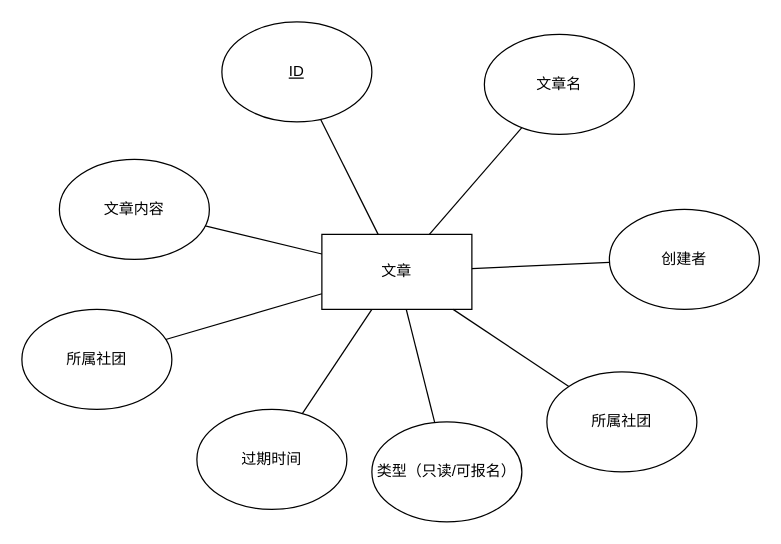
Above: Article.drawio in kaolalala/Hello-World (draw.io), before the change. Source tidied: cells renumbered, new cells numbered last; positions are measured from the earlier drawing's top-left corner, leaving out a move shared by most shapes. Both pictures are drawn from the tidied source at 125%, with x=0, y=0 at pixel (21, 21).
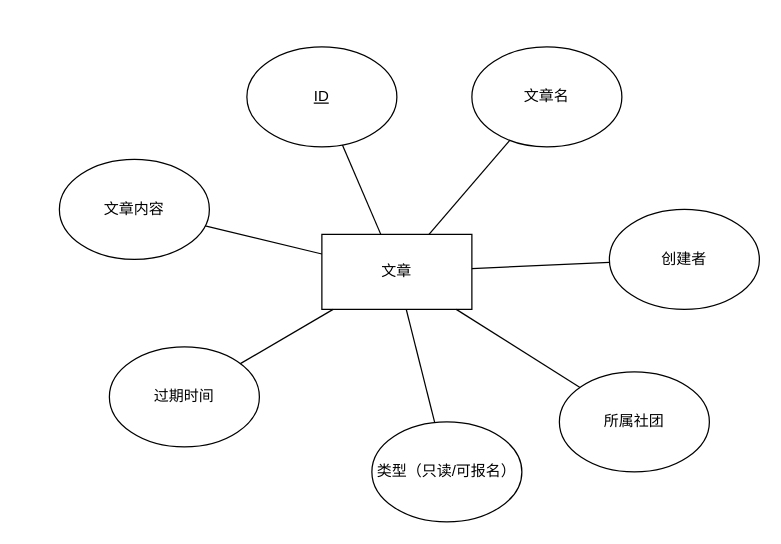
The same diagram, later.

What changed in the source:
```diff
@@
 <mxGraphModel>
   <root>
     <mxCell id="0" />
     <mxCell id="1" parent="0" />
     <mxCell id="2" value="文章" style="rounded=0;whiteSpace=wrap;html=1;" parent="1" vertex="1">
       <mxGeometry x="240" y="170" width="120" height="60" as="geometry" />
     </mxCell>
     <mxCell id="3" value="&lt;u&gt;ID&lt;/u&gt;" style="ellipse;whiteSpace=wrap;html=1;" parent="1" vertex="1">
-      <mxGeometry x="160" width="120" height="80" as="geometry" />
+      <mxGeometry x="180" y="20" width="120" height="80" as="geometry" />
     </mxCell>
     <mxCell id="4" value="文章名" style="ellipse;whiteSpace=wrap;html=1;" parent="1" vertex="1">
-      <mxGeometry x="370" y="10" width="120" height="80" as="geometry" />
+      <mxGeometry x="360" y="20" width="120" height="80" as="geometry" />
     </mxCell>
     <mxCell id="5" value="创建者" style="ellipse;whiteSpace=wrap;html=1;" parent="1" vertex="1">
       <mxGeometry x="470" y="150" width="120" height="80" as="geometry" />
     </mxCell>
     <mxCell id="6" value="所属社团" style="ellipse;whiteSpace=wrap;html=1;" parent="1" vertex="1">
-      <mxGeometry x="420" y="280" width="120" height="80" as="geometry" />
+      <mxGeometry x="430" y="280" width="120" height="80" as="geometry" />
     </mxCell>
     <mxCell id="7" value="过期时间" style="ellipse;whiteSpace=wrap;html=1;" parent="1" vertex="1">
-      <mxGeometry x="140" y="310" width="120" height="80" as="geometry" />
+      <mxGeometry x="70" y="260" width="120" height="80" as="geometry" />
     </mxCell>
     <mxCell id="8" value="文章内容" style="ellipse;whiteSpace=wrap;html=1;" parent="1" vertex="1">
       <mxGeometry x="30" y="110" width="120" height="80" as="geometry" />
     </mxCell>
-    <mxCell id="9" value="所属社团" style="ellipse;whiteSpace=wrap;html=1;" parent="1" vertex="1">
-      <mxGeometry y="230" width="120" height="80" as="geometry" />
-    </mxCell>
     <mxCell id="10" style="endArrow=none;html=1;rounded=0;" parent="1" edge="1" source="5" target="2">
       <mxGeometry relative="1" as="geometry" />
     </mxCell>
     <mxCell id="11" style="endArrow=none;html=1;rounded=0;" parent="1" edge="1" source="4" target="2">
       <mxGeometry relative="1" as="geometry" />
     </mxCell>
     <mxCell id="12" style="endArrow=none;html=1;rounded=0;" parent="1" edge="1" source="3" target="2">
       <mxGeometry relative="1" as="geometry" />
     </mxCell>
     <mxCell id="13" style="endArrow=none;html=1;rounded=0;" parent="1" edge="1" source="8" target="2">
       <mxGeometry relative="1" as="geometry" />
     </mxCell>
-    <mxCell id="14" style="endArrow=none;html=1;rounded=0;" parent="1" edge="1" source="9" target="2">
-      <mxGeometry relative="1" as="geometry" />
-    </mxCell>
     <mxCell id="15" style="endArrow=none;html=1;rounded=0;" parent="1" edge="1" source="7" target="2">
       <mxGeometry relative="1" as="geometry" />
     </mxCell>
     <mxCell id="16" style="endArrow=none;html=1;rounded=0;" parent="1" edge="1" source="6" target="2">
       <mxGeometry relative="1" as="geometry" />
     </mxCell>
     <mxCell id="17" value="类型（只读/可报名）" style="ellipse;whiteSpace=wrap;html=1;" parent="1" vertex="1">
       <mxGeometry x="280" y="320" width="120" height="80" as="geometry" />
     </mxCell>
     <mxCell id="18" style="endArrow=none;html=1;rounded=0;" parent="1" edge="1" source="17" target="2">
       <mxGeometry relative="1" as="geometry" />
     </mxCell>
   </root>
 </mxGraphModel>
```
